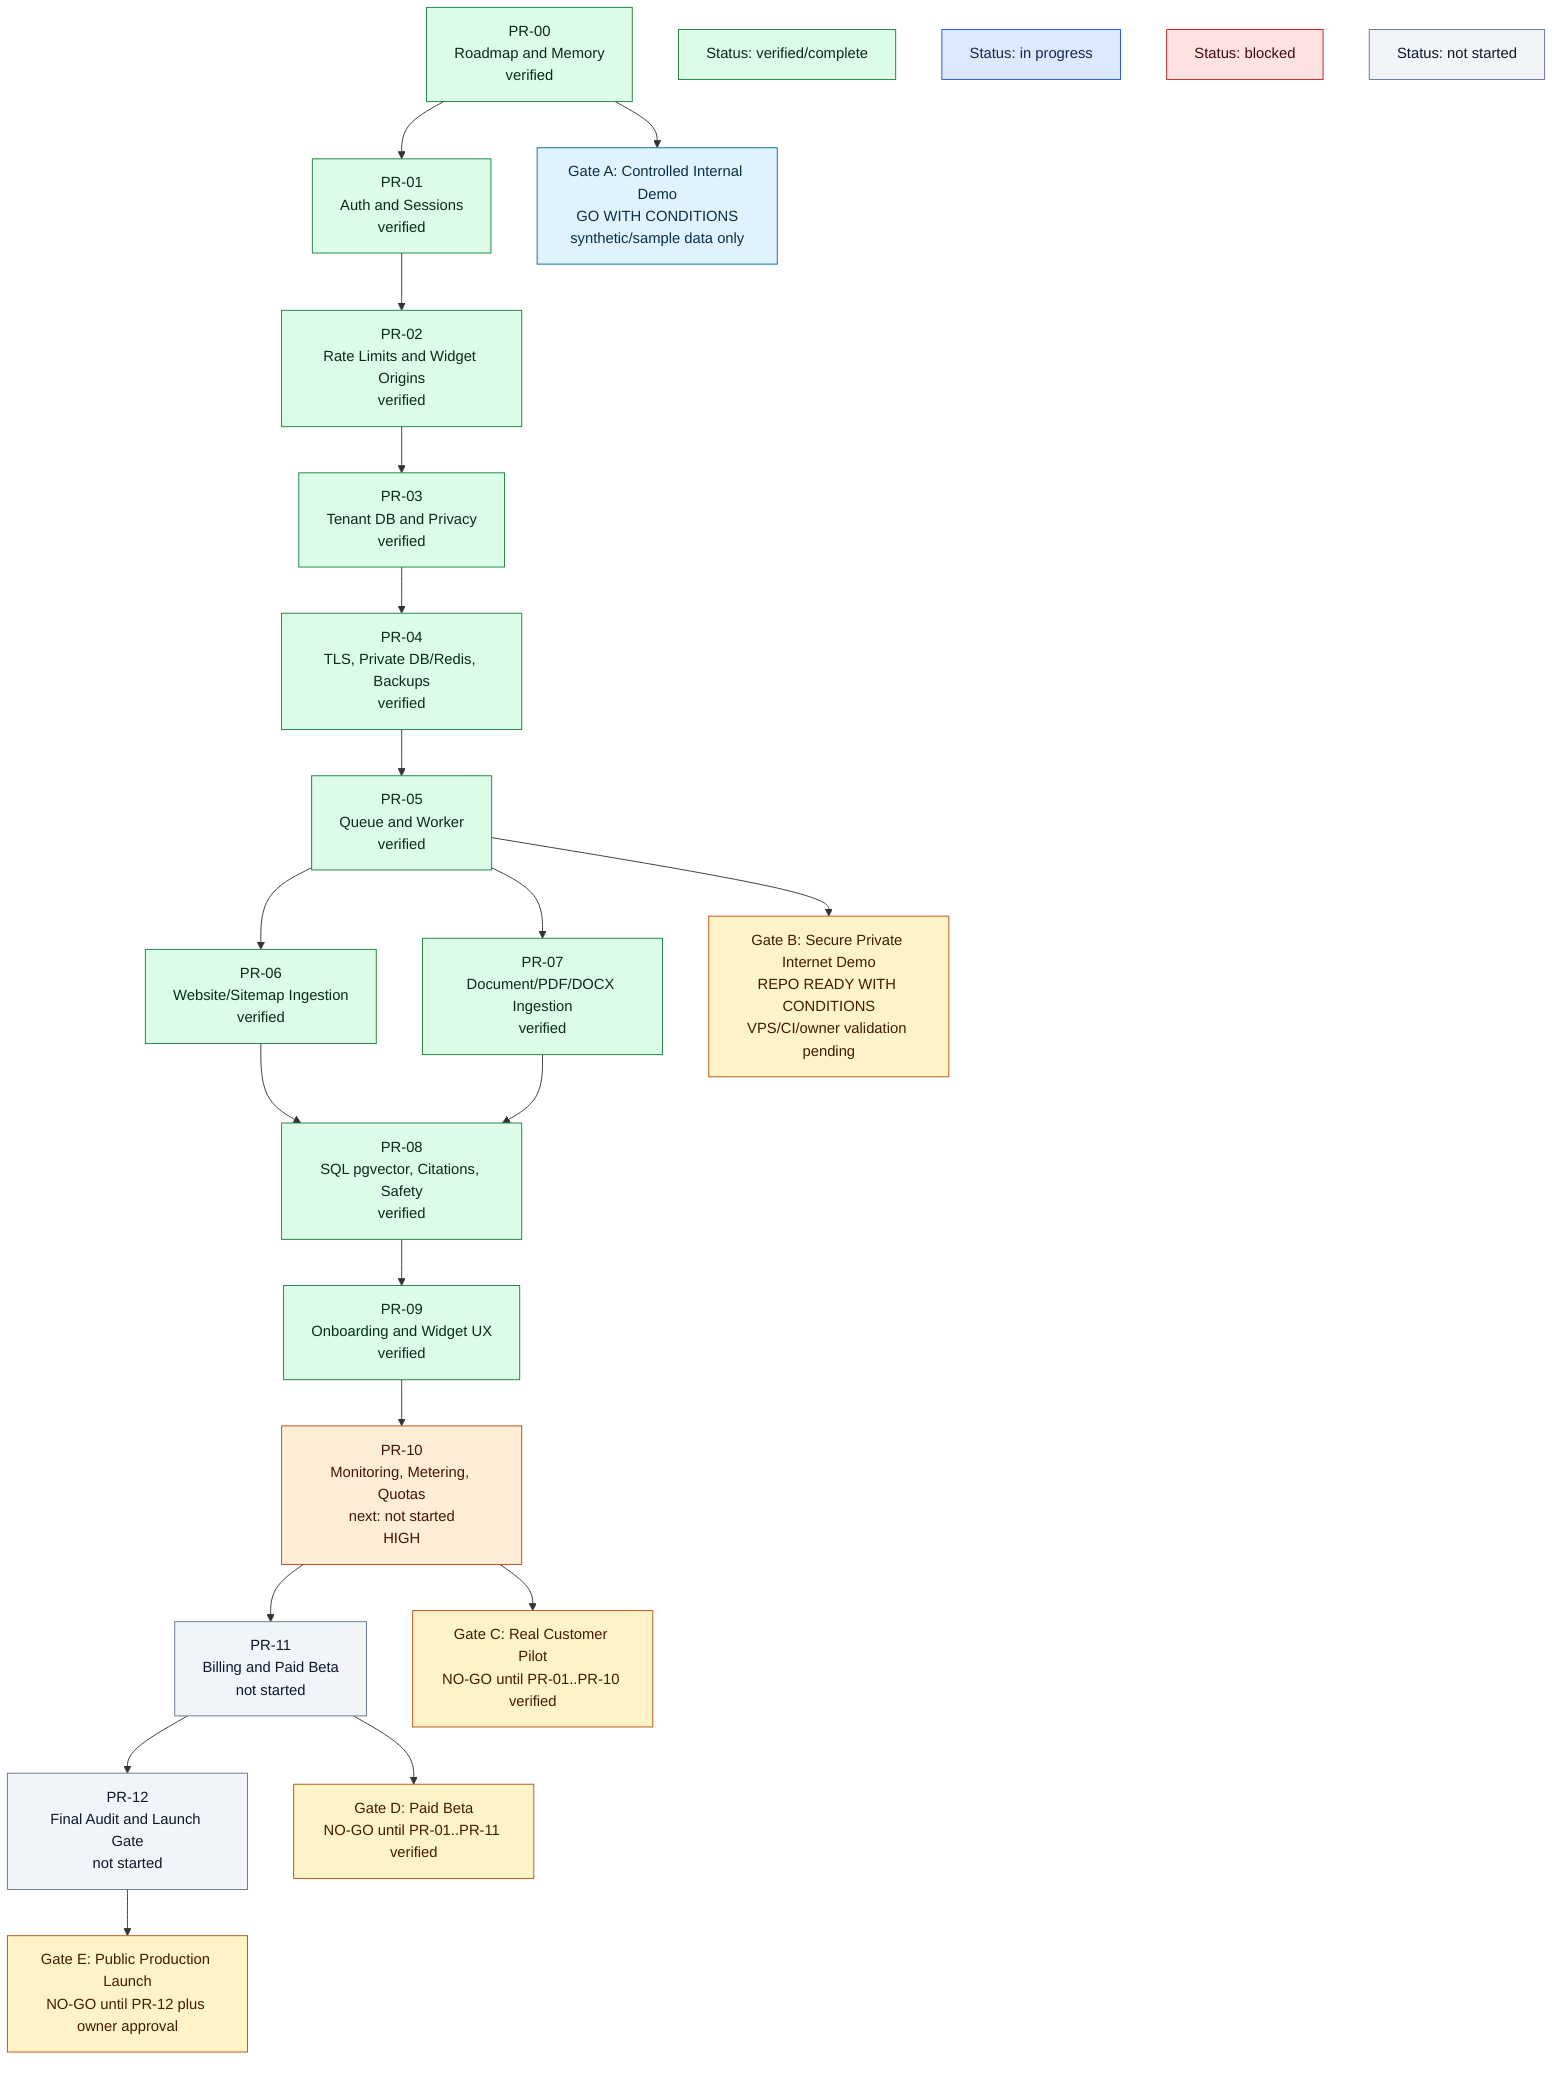
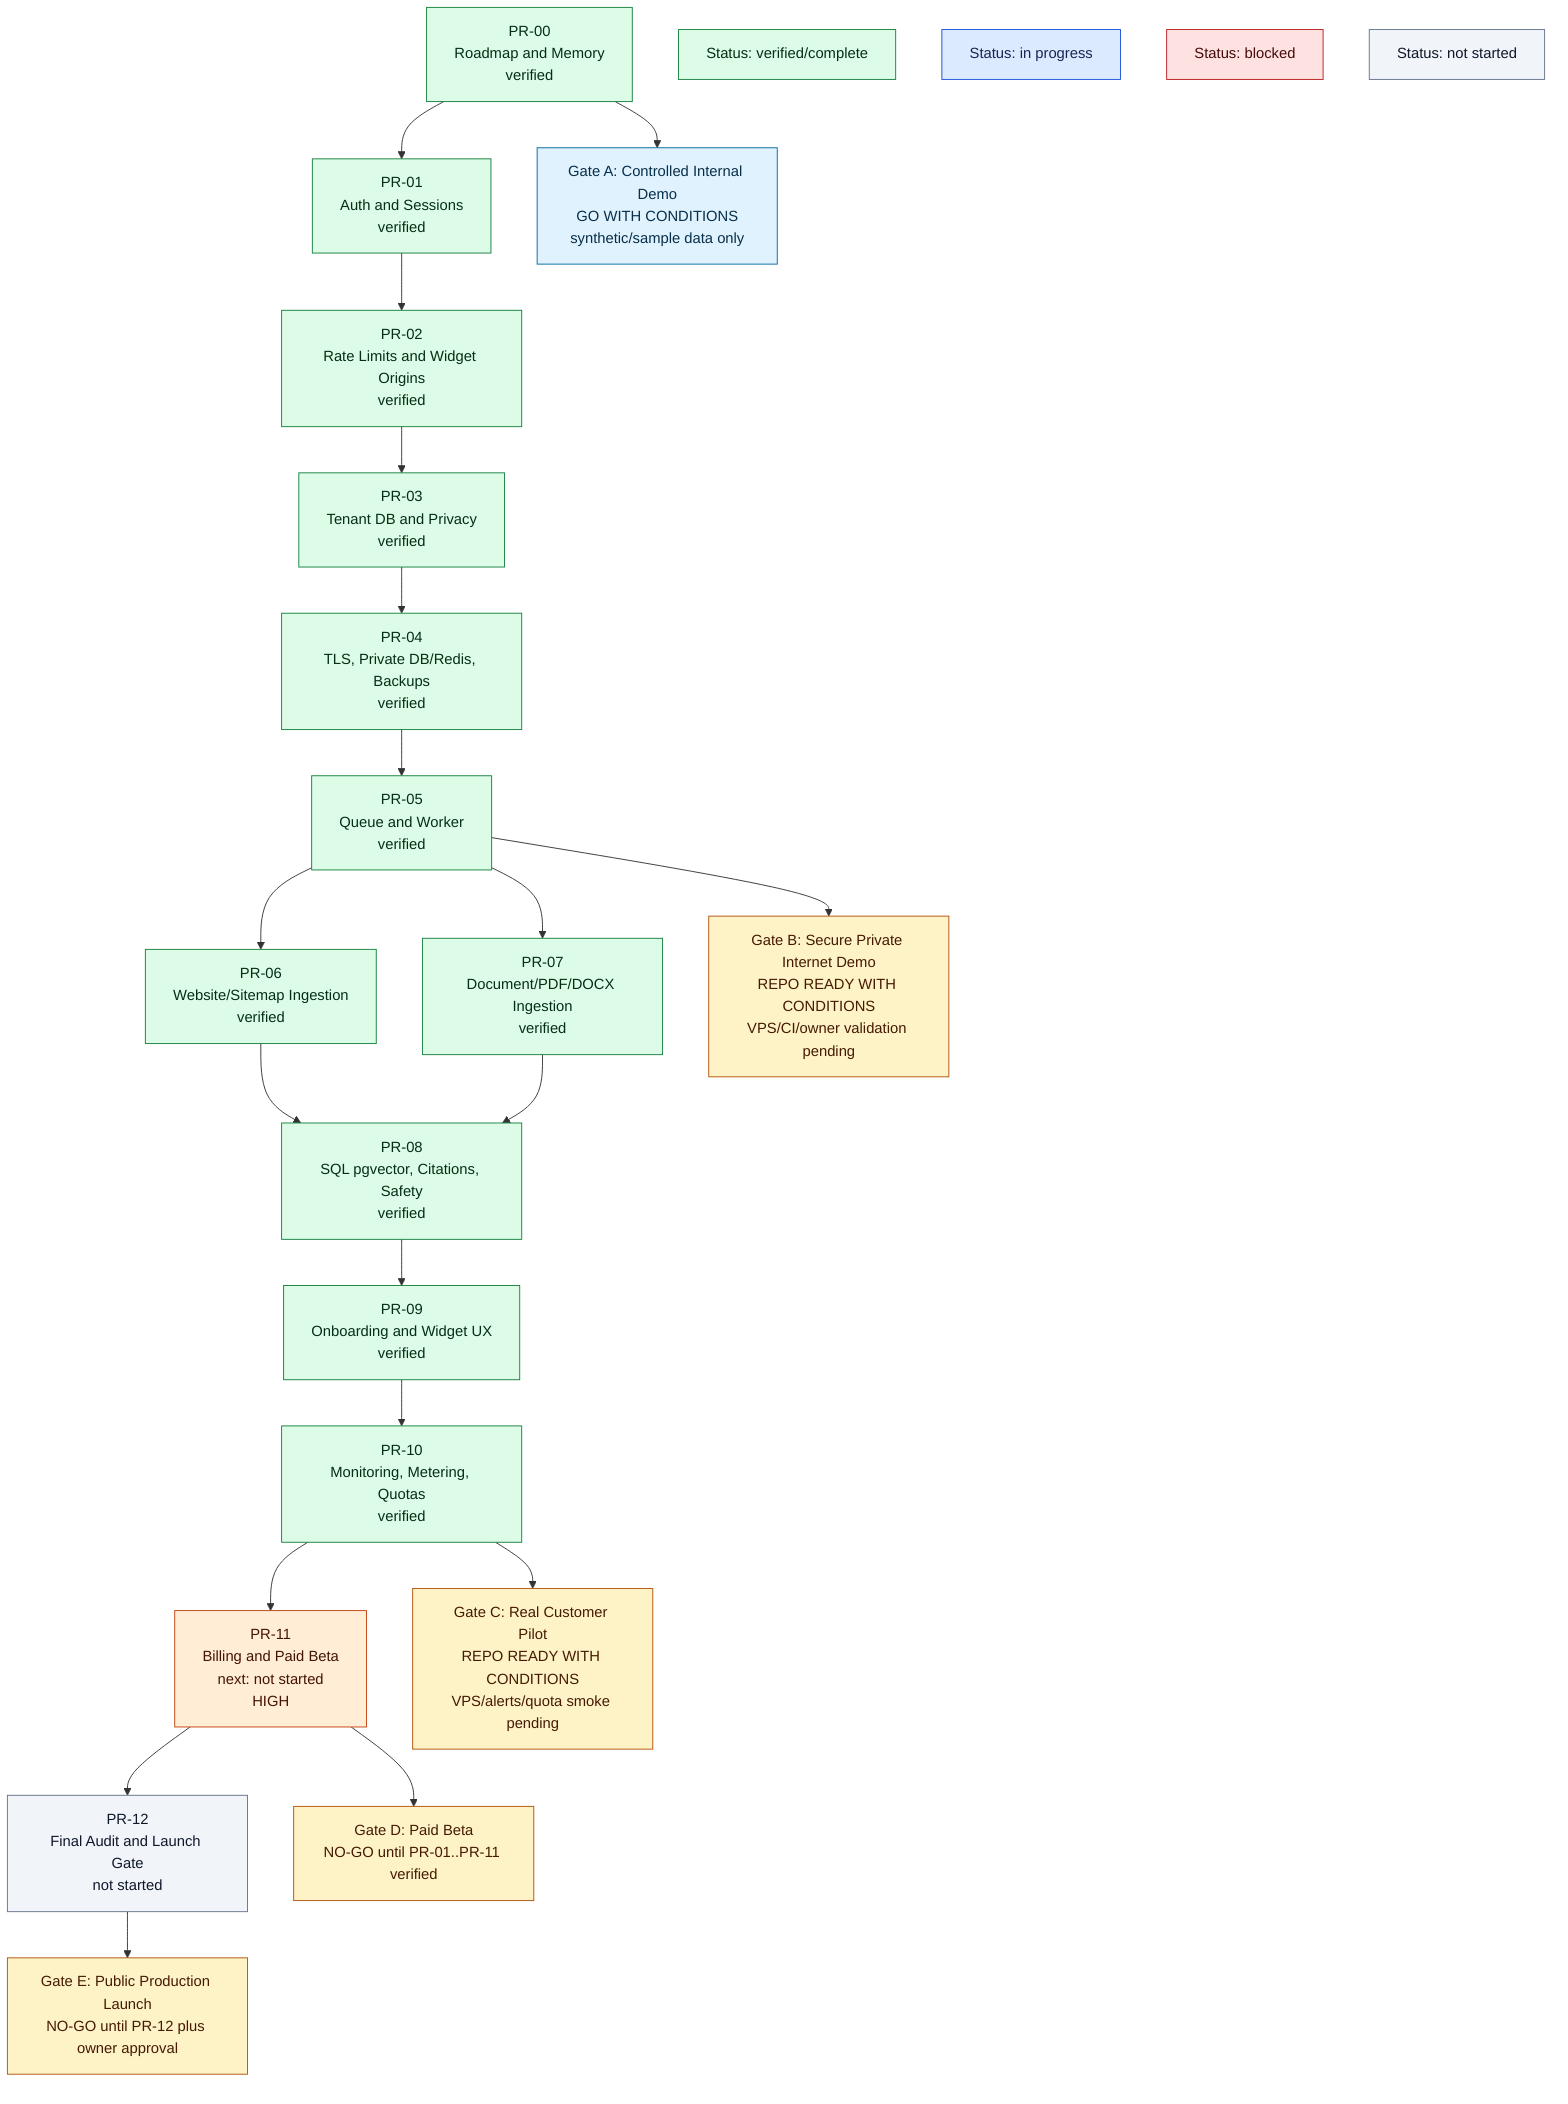
flowchart TB
    PR00["PR-00<br/>Roadmap and Memory<br/>verified"]
    PR01["PR-01<br/>Auth and Sessions<br/>verified"]
    PR02["PR-02<br/>Rate Limits and Widget Origins<br/>verified"]
    PR03["PR-03<br/>Tenant DB and Privacy<br/>verified"]
    PR04["PR-04<br/>TLS, Private DB/Redis, Backups<br/>verified"]
    PR05["PR-05<br/>Queue and Worker<br/>verified"]
    PR06["PR-06<br/>Website/Sitemap Ingestion<br/>verified"]
    PR07["PR-07<br/>Document/PDF/DOCX Ingestion<br/>verified"]
    PR08["PR-08<br/>SQL pgvector, Citations, Safety<br/>verified"]
    PR09["PR-09<br/>Onboarding and Widget UX<br/>verified"]
-     PR10["PR-10<br/>Monitoring, Metering, Quotas<br/>next: not started<br/>HIGH"]
-     PR11["PR-11<br/>Billing and Paid Beta<br/>not started"]
+     PR10["PR-10<br/>Monitoring, Metering, Quotas<br/>verified"]
+     PR11["PR-11<br/>Billing and Paid Beta<br/>next: not started<br/>HIGH"]
    PR12["PR-12<br/>Final Audit and Launch Gate<br/>not started"]

    GateA["Gate A: Controlled Internal Demo<br/>GO WITH CONDITIONS<br/>synthetic/sample data only"]
    GateB["Gate B: Secure Private Internet Demo<br/>REPO READY WITH CONDITIONS<br/>VPS/CI/owner validation pending"]
-     GateC["Gate C: Real Customer Pilot<br/>NO-GO until PR-01..PR-10 verified"]
+     GateC["Gate C: Real Customer Pilot<br/>REPO READY WITH CONDITIONS<br/>VPS/alerts/quota smoke pending"]
    GateD["Gate D: Paid Beta<br/>NO-GO until PR-01..PR-11 verified"]
    GateE["Gate E: Public Production Launch<br/>NO-GO until PR-12 plus owner approval"]
    LegendVerified["Status: verified/complete"]
    LegendProgress["Status: in progress"]
    LegendBlocked["Status: blocked"]
    LegendPending["Status: not started"]

    PR00 --> PR01 --> PR02 --> PR03 --> PR04 --> PR05
    PR05 --> PR06
    PR05 --> PR07
    PR06 --> PR08
    PR07 --> PR08
    PR08 --> PR09 --> PR10 --> PR11 --> PR12
    PR00 --> GateA
    PR05 --> GateB
    PR10 --> GateC
    PR11 --> GateD
    PR12 --> GateE

    classDef verified fill:#dcfce7,stroke:#15803d,color:#052e16
    classDef inProgress fill:#dbeafe,stroke:#1d4ed8,color:#172554
    classDef blocked fill:#fee2e2,stroke:#b91c1c,color:#450a0a
    classDef critical fill:#fee2e2,stroke:#b91c1c,color:#450a0a
    classDef high fill:#ffedd5,stroke:#c2410c,color:#431407
    classDef pending fill:#f1f5f9,stroke:#64748b,color:#0f172a
    classDef gateOk fill:#e0f2fe,stroke:#0369a1,color:#082f49
    classDef gateNo fill:#fef3c7,stroke:#b45309,color:#451a03

-     class PR00,PR01,PR02,PR03,PR04,PR05,PR06,PR07,PR08,PR09 verified
-     class PR10 high
-     class PR11,PR12 pending
+     class PR00,PR01,PR02,PR03,PR04,PR05,PR06,PR07,PR08,PR09,PR10 verified
+     class PR11 high
+     class PR12 pending
    class GateA gateOk
    class GateB,GateC,GateD,GateE gateNo
    class LegendVerified verified
    class LegendProgress inProgress
    class LegendBlocked blocked
    class LegendPending pending
